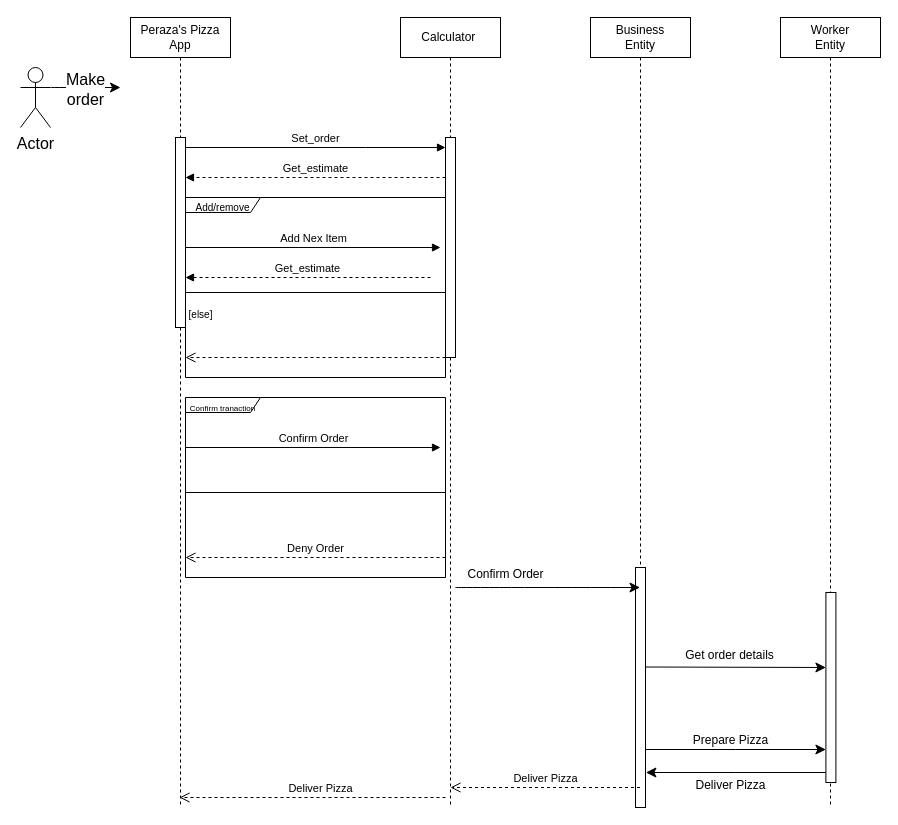
Before: Untitled Diagram.drawio in perazaharmonics/Java-OOD, a draw.io diagram. Source tidied: cells renumbered, new cells numbered last; positions are measured from the earlier drawing's top-left corner, leaving out a move shared by most shapes. Both pictures are drawn from the tidied source at 100%, with x=0, y=0 at pixel (20, 17).
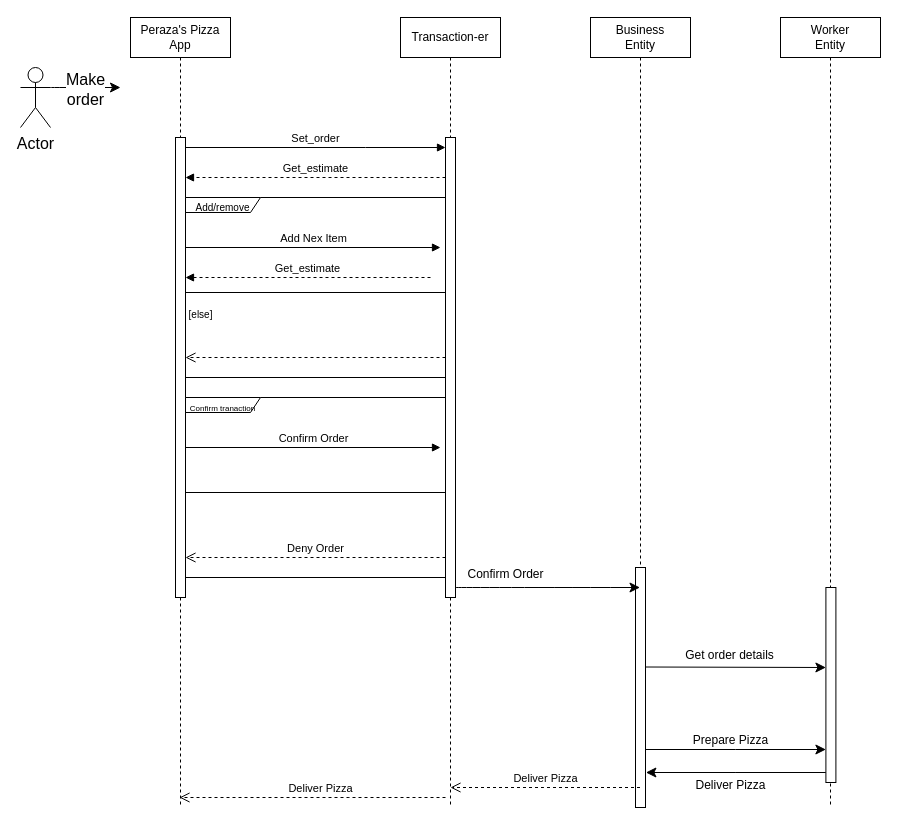
Above is the later version.

Unchanged cells that the change refers to:
```xml
<mxCell id="11" value="Worker&lt;br&gt;Entity" style="shape=umlLifeline;perimeter=lifelinePerimeter;whiteSpace=wrap;html=1;newEdgeStyle={&quot;edgeStyle&quot;:&quot;elbowEdgeStyle&quot;,&quot;elbow&quot;:&quot;vertical&quot;,&quot;curved&quot;:0,&quot;rounded&quot;:0};" parent="1" vertex="1">
  <mxGeometry x="760" width="100" height="790" as="geometry" />
</mxCell>
```

Diff of the diagram source:
```diff
@@
-    <mxCell id="3" value="Calculator&amp;nbsp;" style="shape=umlLifeline;perimeter=lifelinePerimeter;whiteSpace=wrap;html=1;newEdgeStyle={&quot;edgeStyle&quot;:&quot;elbowEdgeStyle&quot;,&quot;elbow&quot;:&quot;vertical&quot;,&quot;curved&quot;:0,&quot;rounded&quot;:0};" parent="1" vertex="1">
+    <mxCell id="3" value="Transaction-er" style="shape=umlLifeline;perimeter=lifelinePerimeter;whiteSpace=wrap;html=1;newEdgeStyle={&quot;edgeStyle&quot;:&quot;elbowEdgeStyle&quot;,&quot;elbow&quot;:&quot;vertical&quot;,&quot;curved&quot;:0,&quot;rounded&quot;:0};" parent="1" vertex="1">
       <mxGeometry x="380" width="100" height="790" as="geometry" />
     </mxCell>
@@
     <mxCell id="9" style="html=1;points=[];perimeter=orthogonalPerimeter;outlineConnect=0;targetShapes=umlLifeline;portConstraint=eastwest;newEdgeStyle={&quot;edgeStyle&quot;:&quot;elbowEdgeStyle&quot;,&quot;elbow&quot;:&quot;vertical&quot;,&quot;curved&quot;:0,&quot;rounded&quot;:0};" parent="1" vertex="1">
-      <mxGeometry x="155" y="120" width="10" height="190" as="geometry" />
+      <mxGeometry x="155" y="120" width="10" height="460" as="geometry" />
     </mxCell>
@@
     <mxCell id="18" style="html=1;perimeter=orthogonalPerimeter;targetShapes=umlLifeline;newEdgeStyle={&quot;edgeStyle&quot;:&quot;elbowEdgeStyle&quot;,&quot;elbow&quot;:&quot;vertical&quot;,&quot;curved&quot;:0,&quot;rounded&quot;:0};" parent="11" vertex="1">
-      <mxGeometry x="45.4" y="575" width="10" height="190" as="geometry" />
+      <mxGeometry x="45.4" y="570" width="10" height="195" as="geometry" />
     </mxCell>
     <mxCell id="19" style="html=1;points=[];perimeter=orthogonalPerimeter;outlineConnect=0;targetShapes=umlLifeline;portConstraint=eastwest;newEdgeStyle={&quot;edgeStyle&quot;:&quot;elbowEdgeStyle&quot;,&quot;elbow&quot;:&quot;vertical&quot;,&quot;curved&quot;:0,&quot;rounded&quot;:0};" parent="1" vertex="1">
-      <mxGeometry x="425" y="120" width="10" height="220" as="geometry" />
+      <mxGeometry x="425" y="120" width="10" height="460" as="geometry" />
     </mxCell>
```
